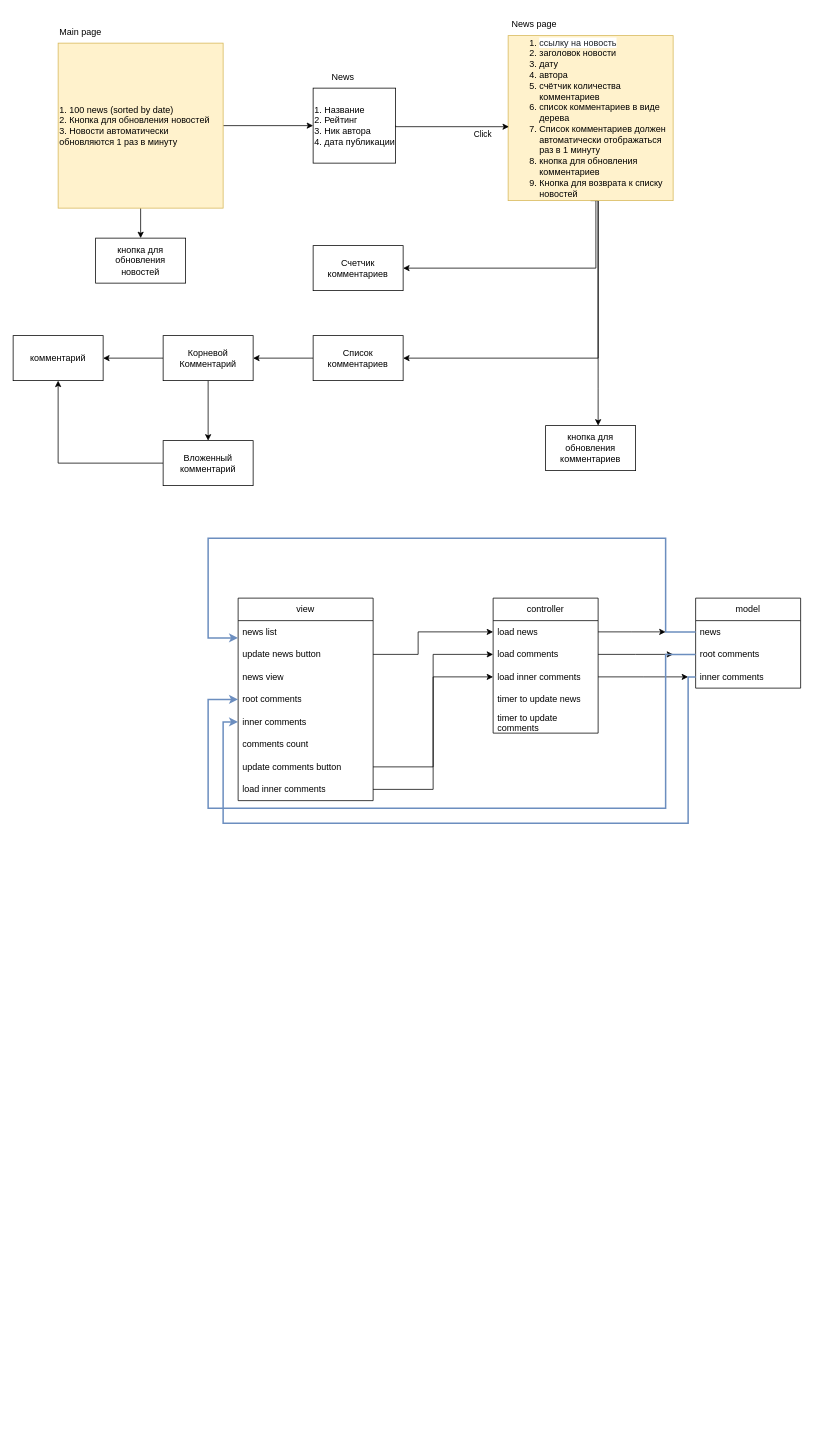
Above: Untitled Diagram.drawio in Aleksey-Kornienko-xsolla/test (draw.io), before the change. Source tidied: cells renumbered, new cells numbered last; positions are measured from the earlier drawing's top-left corner, leaving out a move shared by most shapes. Both pictures are drawn from the tidied source at 75%, with x=0, y=0 at pixel (13, 13).
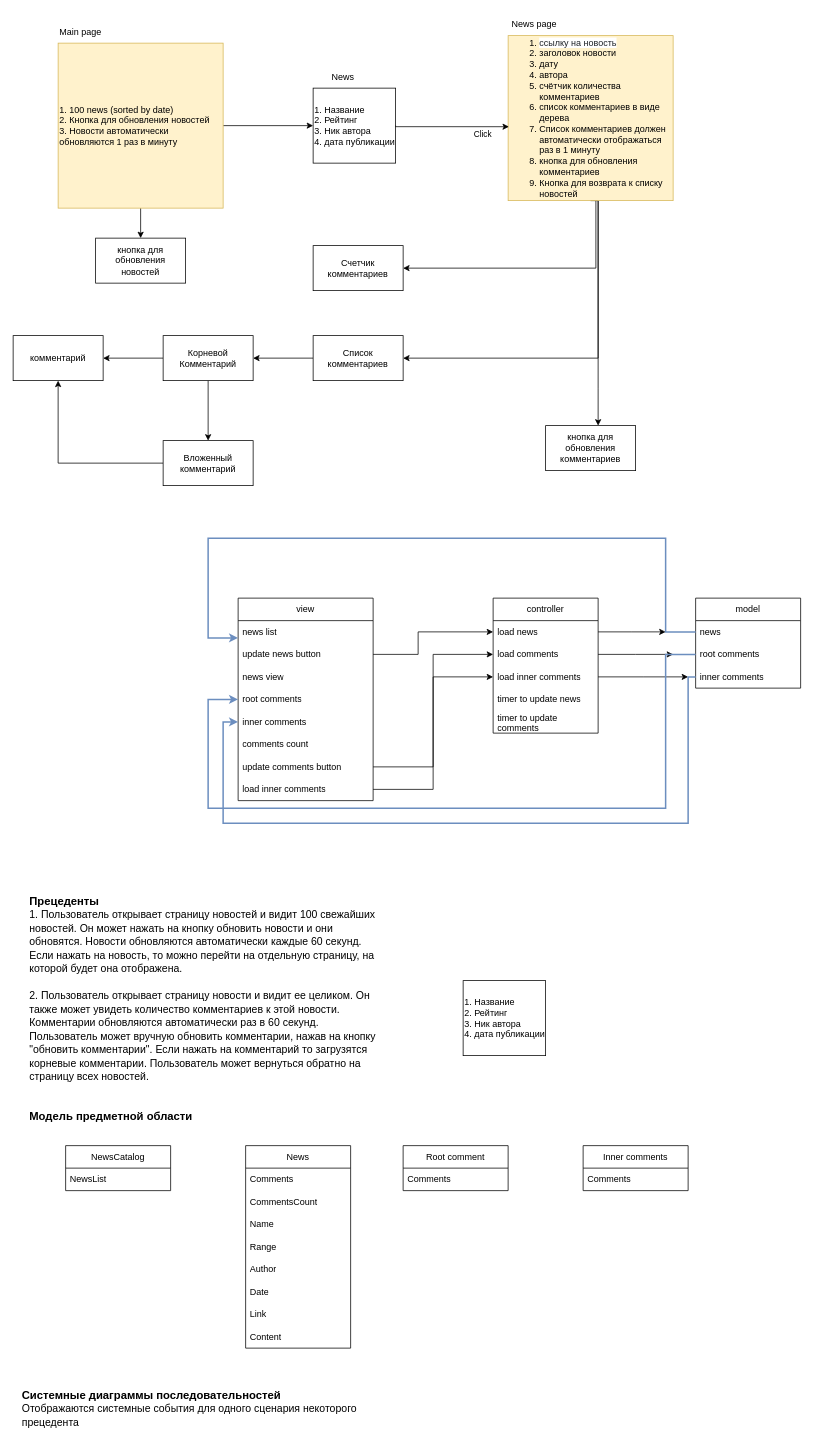
After the change.

The edit, as a diff of the source:
```diff
@@
+    <mxCell id="54" value="Системные диаграммы последовательностей&lt;div&gt;&lt;span style=&quot;font-weight: normal;&quot;&gt;&lt;font style=&quot;font-size: 14px;&quot;&gt;Отображаются системные события для одного сценария некоторого прецедента&lt;/font&gt;&lt;/span&gt;&lt;/div&gt;" style="text;html=1;align=left;verticalAlign=middle;whiteSpace=wrap;rounded=0;fontStyle=1;fontSize=15;" parent="1" vertex="1">
+      <mxGeometry x="10" y="1850" width="470" height="20" as="geometry" />
+    </mxCell>
+    <mxCell id="55" value="&lt;div&gt;&lt;font style=&quot;&quot;&gt;Прецеденты&lt;/font&gt;&lt;/div&gt;&lt;div&gt;&lt;font style=&quot;font-weight: normal; font-size: 14px;&quot;&gt;1. Пользователь открывает страницу новостей и видит 100 свежайших новостей. Он может нажать на кнопку обновить новости и они обновятся. Новости обновляются автоматически каждые 60 секунд. Если нажать на новость, то можно перейти на отдельную страницу, на которой будет она отображена.&lt;br&gt;&lt;br&gt;&lt;/font&gt;&lt;/div&gt;&lt;div&gt;&lt;font style=&quot;font-weight: normal; font-size: 14px;&quot;&gt;2. Пользователь открывает страницу новости и видит ее целиком. Он также может увидеть количество комментариев к этой новости. Комментарии обновляются автоматически раз в 60 секунд. Пользователь может вручную обновить комментарии, нажав на кнопку &quot;обновить комментарии&quot;. Если нажать на комментарий то загрузятся корневые комментарии. Пользователь может вернуться обратно на страницу всех новостей.&lt;/font&gt;&lt;/div&gt;" style="text;html=1;align=left;verticalAlign=middle;whiteSpace=wrap;rounded=0;fontStyle=1;fontSize=15;" parent="1" vertex="1">
+      <mxGeometry x="20" y="1290" width="470" height="20" as="geometry" />
+    </mxCell>
+    <mxCell id="56" value="&lt;div&gt;Модель предметной области&lt;/div&gt;" style="text;html=1;align=left;verticalAlign=middle;whiteSpace=wrap;rounded=0;fontStyle=1;fontSize=15;" parent="1" vertex="1">
+      <mxGeometry x="20" y="1460" width="470" height="20" as="geometry" />
+    </mxCell>
+    <mxCell id="57" value="News" style="swimlane;fontStyle=0;horizontal=1;startSize=30;whiteSpace=wrap;html=1;" parent="1" vertex="1">
+      <mxGeometry x="310" y="1510" width="140" height="270" as="geometry" />
+    </mxCell>
+    <mxCell id="58" value="Comments" style="text;strokeColor=none;fillColor=none;align=left;verticalAlign=middle;spacingLeft=4;spacingRight=4;overflow=hidden;whiteSpace=wrap;html=1;" parent="57" vertex="1">
+      <mxGeometry y="30" width="140" height="30" as="geometry" />
+    </mxCell>
+    <mxCell id="59" value="CommentsCount" style="text;strokeColor=none;fillColor=none;align=left;verticalAlign=middle;spacingLeft=4;spacingRight=4;overflow=hidden;whiteSpace=wrap;html=1;" parent="57" vertex="1">
+      <mxGeometry y="60" width="140" height="30" as="geometry" />
+    </mxCell>
+    <mxCell id="60" value="Name" style="text;strokeColor=none;fillColor=none;align=left;verticalAlign=middle;spacingLeft=4;spacingRight=4;overflow=hidden;whiteSpace=wrap;html=1;" parent="57" vertex="1">
+      <mxGeometry y="90" width="140" height="30" as="geometry" />
+    </mxCell>
+    <mxCell id="61" value="Range" style="text;strokeColor=none;fillColor=none;align=left;verticalAlign=middle;spacingLeft=4;spacingRight=4;overflow=hidden;whiteSpace=wrap;html=1;" parent="57" vertex="1">
+      <mxGeometry y="120" width="140" height="30" as="geometry" />
+    </mxCell>
+    <mxCell id="62" value="Author" style="text;strokeColor=none;fillColor=none;align=left;verticalAlign=middle;spacingLeft=4;spacingRight=4;overflow=hidden;whiteSpace=wrap;html=1;" parent="57" vertex="1">
+      <mxGeometry y="150" width="140" height="30" as="geometry" />
+    </mxCell>
+    <mxCell id="63" value="Date" style="text;strokeColor=none;fillColor=none;align=left;verticalAlign=middle;spacingLeft=4;spacingRight=4;overflow=hidden;whiteSpace=wrap;html=1;" parent="57" vertex="1">
+      <mxGeometry y="180" width="140" height="30" as="geometry" />
+    </mxCell>
+    <mxCell id="64" value="Link" style="text;strokeColor=none;fillColor=none;align=left;verticalAlign=middle;spacingLeft=4;spacingRight=4;overflow=hidden;whiteSpace=wrap;html=1;" parent="57" vertex="1">
+      <mxGeometry y="210" width="140" height="30" as="geometry" />
+    </mxCell>
+    <mxCell id="65" value="Content" style="text;strokeColor=none;fillColor=none;align=left;verticalAlign=middle;spacingLeft=4;spacingRight=4;overflow=hidden;whiteSpace=wrap;html=1;" parent="57" vertex="1">
+      <mxGeometry y="240" width="140" height="30" as="geometry" />
+    </mxCell>
+    <mxCell id="66" value="Root comment" style="swimlane;fontStyle=0;horizontal=1;startSize=30;whiteSpace=wrap;html=1;" parent="1" vertex="1">
+      <mxGeometry x="520" y="1510" width="140" height="60" as="geometry" />
+    </mxCell>
+    <mxCell id="67" value="Comments" style="text;strokeColor=none;fillColor=none;align=left;verticalAlign=middle;spacingLeft=4;spacingRight=4;overflow=hidden;whiteSpace=wrap;html=1;" parent="66" vertex="1">
+      <mxGeometry y="30" width="140" height="30" as="geometry" />
+    </mxCell>
+    <mxCell id="68" value="Inner comments" style="swimlane;fontStyle=0;horizontal=1;startSize=30;whiteSpace=wrap;html=1;" parent="1" vertex="1">
+      <mxGeometry x="760" y="1510" width="140" height="60" as="geometry" />
+    </mxCell>
+    <mxCell id="69" value="Comments" style="text;strokeColor=none;fillColor=none;align=left;verticalAlign=middle;spacingLeft=4;spacingRight=4;overflow=hidden;whiteSpace=wrap;html=1;" parent="68" vertex="1">
+      <mxGeometry y="30" width="140" height="30" as="geometry" />
+    </mxCell>
+    <mxCell id="70" value="NewsCatalog" style="swimlane;fontStyle=0;horizontal=1;startSize=30;whiteSpace=wrap;html=1;" parent="1" vertex="1">
+      <mxGeometry x="70" y="1510" width="140" height="60" as="geometry" />
+    </mxCell>
+    <mxCell id="71" value="NewsList" style="text;strokeColor=none;fillColor=none;align=left;verticalAlign=middle;spacingLeft=4;spacingRight=4;overflow=hidden;whiteSpace=wrap;html=1;" parent="70" vertex="1">
+      <mxGeometry y="30" width="140" height="30" as="geometry" />
+    </mxCell>
+    <mxCell id="72" value="1. Название&lt;div&gt;2. Рейтинг&lt;/div&gt;&lt;div&gt;3. Ник автора&lt;/div&gt;&lt;div&gt;4. дата публикации&lt;/div&gt;" style="whiteSpace=wrap;html=1;align=left;" parent="1" vertex="1">
+      <mxGeometry x="600" y="1290" width="110" height="100" as="geometry" />
+    </mxCell>
```
